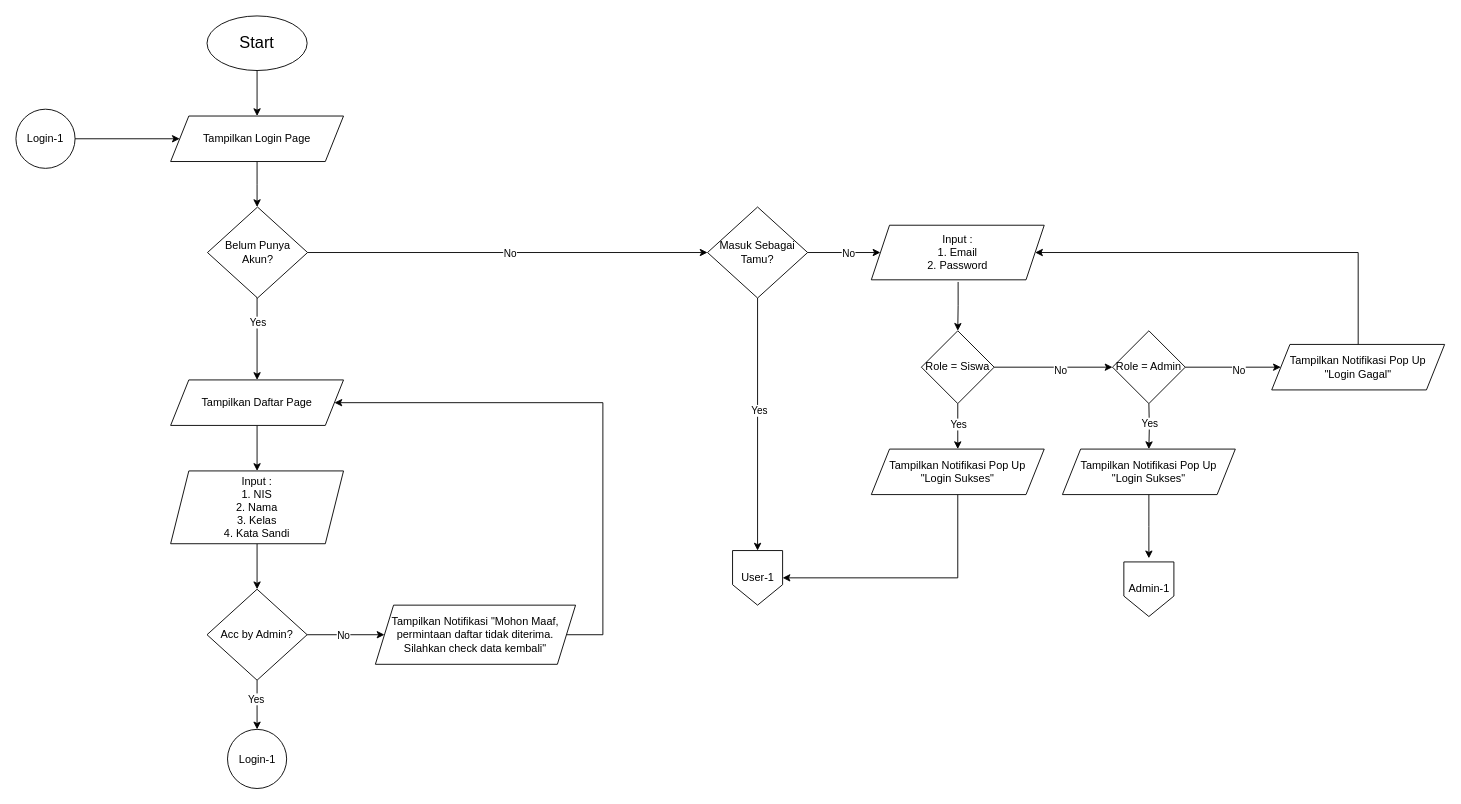
Earlier version of the draw.io diagram page "Login" (1 of 3) of Flowchart/Flowchart_AstroLitera Digital_Revisi [5].drawio (RIzToYuu-Team/AstroLitera-Digital-Library-main). Source tidied: cells renumbered, new cells numbered last; positions are measured from the earlier drawing's top-left corner, leaving out a move shared by most shapes. Both pictures are drawn from the tidied source at 91%, with x=0, y=0 at pixel (15, 15).
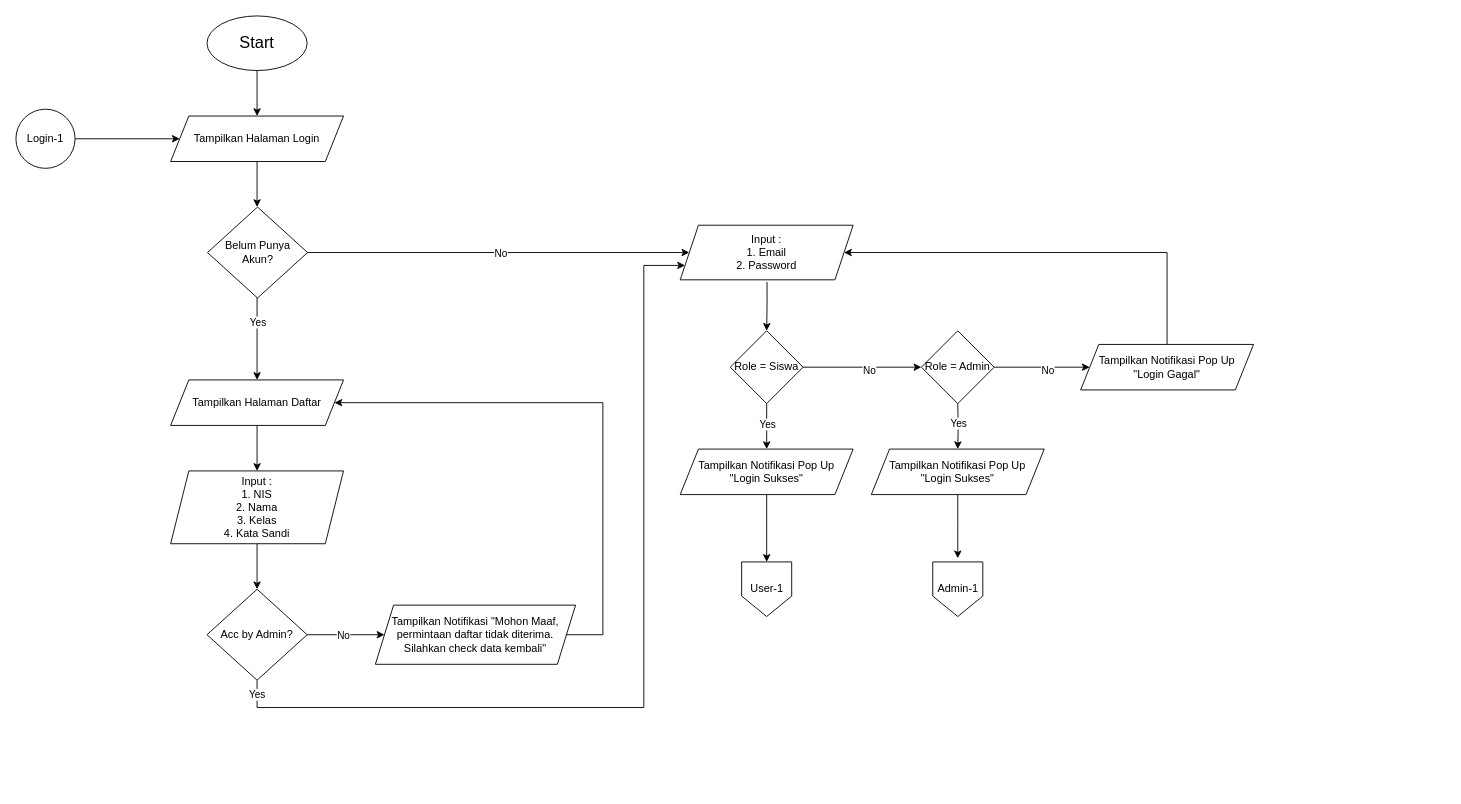
The same diagram, later.

The change refers to these unchanged cells:
```xml
<mxCell id="27" value="Acc by Admin?" style="rhombus;whiteSpace=wrap;html=1;" parent="1" vertex="1">
  <mxGeometry x="210" y="630" width="110" height="100" as="geometry" />
</mxCell>
<mxCell id="39" value="Belum Punya Akun?" style="rhombus;whiteSpace=wrap;html=1;" parent="1" vertex="1">
  <mxGeometry x="210.5" y="210" width="110" height="100" as="geometry" />
</mxCell>
```

Diff of the diagram source:
```diff
@@
-    <mxCell id="5" value="Tampilkan Login Page" style="shape=parallelogram;perimeter=parallelogramPerimeter;whiteSpace=wrap;html=1;fixedSize=1;" parent="1" vertex="1">
+    <mxCell id="5" value="Tampilkan Halaman Login" style="shape=parallelogram;perimeter=parallelogramPerimeter;whiteSpace=wrap;html=1;fixedSize=1;" parent="1" vertex="1">
       <mxGeometry x="170" y="110" width="190" height="50" as="geometry" />
     </mxCell>
@@
     <mxCell id="11" value="Role = Siswa" style="rhombus;whiteSpace=wrap;html=1;" parent="1" vertex="1">
-      <mxGeometry x="995" y="346" width="80" height="80" as="geometry" />
+      <mxGeometry x="785" y="346" width="80" height="80" as="geometry" />
     </mxCell>
     <mxCell id="12" style="edgeStyle=orthogonalEdgeStyle;rounded=0;jettySize=auto;html=1;exitX=0.5;exitY=0;exitDx=0;exitDy=0;entryX=1;entryY=0.5;entryDx=0;entryDy=0;" parent="1" edge="1" source="13" target="16">
       <mxGeometry relative="1" as="geometry">
         <Array as="points">
-          <mxPoint x="1475" y="260" />
+          <mxPoint x="1265" y="260" />
         </Array>
       </mxGeometry>
     </mxCell>
     <mxCell id="13" value="Tampilkan Notifikasi Pop Up&lt;div&gt;&lt;span style=&quot;background-color: transparent; color: light-dark(rgb(0, 0, 0), rgb(255, 255, 255));&quot;&gt;&quot;Login Gagal&quot;&lt;/span&gt;&lt;/div&gt;" style="shape=parallelogram;perimeter=parallelogramPerimeter;whiteSpace=wrap;html=1;fixedSize=1;" parent="1" vertex="1">
-      <mxGeometry x="1380" y="361" width="190" height="50" as="geometry" />
+      <mxGeometry x="1170" y="361" width="190" height="50" as="geometry" />
     </mxCell>
-    <mxCell id="14" style="edgeStyle=orthogonalEdgeStyle;rounded=0;jettySize=auto;html=1;exitX=0.5;exitY=1;exitDx=0;exitDy=0;entryX=1;entryY=0.5;entryDx=0;entryDy=0;" parent="1" edge="1" source="15" target="37">
+    <mxCell id="14" style="edgeStyle=orthogonalEdgeStyle;rounded=0;jettySize=auto;html=1;exitX=0.5;exitY=1;exitDx=0;exitDy=0;entryX=0.5;entryY=0;entryDx=0;entryDy=0;" parent="1" edge="1" source="15" target="37">
       <mxGeometry relative="1" as="geometry" />
     </mxCell>
     <mxCell id="15" value="Tampilkan Notifikasi Pop Up&lt;div&gt;&lt;span style=&quot;background-color: transparent; color: light-dark(rgb(0, 0, 0), rgb(255, 255, 255));&quot;&gt;&quot;Login Sukses&lt;/span&gt;&lt;span style=&quot;background-color: transparent; color: light-dark(rgb(0, 0, 0), rgb(255, 255, 255));&quot;&gt;&quot;&lt;/span&gt;&lt;/div&gt;" style="shape=parallelogram;perimeter=parallelogramPerimeter;whiteSpace=wrap;html=1;fixedSize=1;" parent="1" vertex="1">
-      <mxGeometry x="940" y="476" width="190" height="50" as="geometry" />
+      <mxGeometry x="730" y="476" width="190" height="50" as="geometry" />
     </mxCell>
     <mxCell id="16" value="Input :&lt;div&gt;1. Email&lt;/div&gt;&lt;div&gt;2. Password&lt;/div&gt;" style="shape=parallelogram;perimeter=parallelogramPerimeter;whiteSpace=wrap;html=1;fixedSize=1;" parent="1" vertex="1">
-      <mxGeometry x="940" y="230" width="190" height="60" as="geometry" />
+      <mxGeometry x="730" y="230" width="190" height="60" as="geometry" />
     </mxCell>
@@
-    <mxCell id="20" value="Tampilkan Daftar Page" style="shape=parallelogram;perimeter=parallelogramPerimeter;whiteSpace=wrap;html=1;fixedSize=1;" parent="1" vertex="1">
+    <mxCell id="20" value="Tampilkan Halaman Daftar" style="shape=parallelogram;perimeter=parallelogramPerimeter;whiteSpace=wrap;html=1;fixedSize=1;" parent="1" vertex="1">
       <mxGeometry x="170" y="400" width="190" height="50" as="geometry" />
     </mxCell>
@@
-    <mxCell id="23" style="edgeStyle=orthogonalEdgeStyle;rounded=0;jettySize=auto;html=1;exitX=0.5;exitY=1;exitDx=0;exitDy=0;entryX=0.5;entryY=0;entryDx=0;entryDy=0;" parent="1" edge="1" source="27" target="47">
-      <mxGeometry relative="1" as="geometry" />
+    <mxCell id="23" style="edgeStyle=orthogonalEdgeStyle;rounded=0;jettySize=auto;html=1;exitX=0.5;exitY=1;exitDx=0;exitDy=0;entryX=0;entryY=0.75;entryDx=0;entryDy=0;" parent="1" edge="1" source="27" target="16">
+      <mxGeometry relative="1" as="geometry">
+        <Array as="points">
+          <mxPoint x="265" y="760" />
+          <mxPoint x="690" y="760" />
+          <mxPoint x="690" y="274" />
+        </Array>
+      </mxGeometry>
     </mxCell>
-    <mxCell id="24" value="Yes" style="edgeLabel;html=1;align=center;verticalAlign=middle;" parent="23" vertex="1">
-      <mxGeometry x="-0.27" y="-2" relative="1" as="geometry" />
-    </mxCell>
+    <mxCell id="50" value="Yes" style="edgeLabel;html=1;align=center;verticalAlign=middle;" parent="23" vertex="1">
+      <mxGeometry x="-0.97" y="-1" relative="1" as="geometry" />
+    </mxCell>
@@
     <mxCell id="30" value="Role = Admin" style="rhombus;whiteSpace=wrap;html=1;" parent="1" vertex="1">
-      <mxGeometry x="1205" y="346" width="80" height="80" as="geometry" />
+      <mxGeometry x="995" y="346" width="80" height="80" as="geometry" />
     </mxCell>
@@
     <mxCell id="33" style="edgeStyle=orthogonalEdgeStyle;rounded=0;jettySize=auto;html=1;exitX=0.5;exitY=1;exitDx=0;exitDy=0;entryX=0.5;entryY=0;entryDx=0;entryDy=0;" parent="1" edge="1" target="36">
       <mxGeometry relative="1" as="geometry">
-        <mxPoint x="1245" y="426" as="sourcePoint" />
+        <mxPoint x="1035" y="426" as="sourcePoint" />
       </mxGeometry>
     </mxCell>
@@
     <mxCell id="35" style="edgeStyle=orthogonalEdgeStyle;rounded=0;jettySize=auto;html=1;exitX=0.5;exitY=1;exitDx=0;exitDy=0;entryX=0.5;entryY=0;entryDx=0;entryDy=0;" parent="1" edge="1" source="36">
       <mxGeometry relative="1" as="geometry">
-        <mxPoint x="1245" y="596" as="targetPoint" />
+        <mxPoint x="1035" y="596" as="targetPoint" />
       </mxGeometry>
     </mxCell>
     <mxCell id="36" value="Tampilkan Notifikasi Pop Up&lt;div&gt;&lt;span style=&quot;background-color: transparent; color: light-dark(rgb(0, 0, 0), rgb(255, 255, 255));&quot;&gt;&quot;Login Sukses&lt;/span&gt;&lt;span style=&quot;background-color: transparent; color: light-dark(rgb(0, 0, 0), rgb(255, 255, 255));&quot;&gt;&quot;&lt;/span&gt;&lt;/div&gt;" style="shape=parallelogram;perimeter=parallelogramPerimeter;whiteSpace=wrap;html=1;fixedSize=1;" parent="1" vertex="1">
-      <mxGeometry x="1150" y="476" width="190" height="50" as="geometry" />
+      <mxGeometry x="940" y="476" width="190" height="50" as="geometry" />
     </mxCell>
     <mxCell id="37" value="User-1" style="shape=offPageConnector;whiteSpace=wrap;html=1;" parent="1" vertex="1">
-      <mxGeometry x="787.5" y="587.5" width="55" height="60" as="geometry" />
+      <mxGeometry x="797.5" y="600" width="55" height="60" as="geometry" />
     </mxCell>
     <mxCell id="38" value="Admin-1" style="shape=offPageConnector;whiteSpace=wrap;html=1;" parent="1" vertex="1">
-      <mxGeometry x="1217.5" y="600" width="55" height="60" as="geometry" />
+      <mxGeometry x="1007.5" y="600" width="55" height="60" as="geometry" />
     </mxCell>
@@
-    <mxCell id="40" style="edgeStyle=orthogonalEdgeStyle;rounded=0;jettySize=auto;html=1;exitX=0.5;exitY=1;exitDx=0;exitDy=0;entryX=0.5;entryY=0;entryDx=0;entryDy=0;" parent="1" edge="1" source="42" target="37">
-      <mxGeometry relative="1" as="geometry" />
-    </mxCell>
-    <mxCell id="41" value="Yes" style="edgeLabel;html=1;align=center;verticalAlign=middle;" parent="40" vertex="1">
-      <mxGeometry x="-0.14" y="1" relative="1" as="geometry">
-        <mxPoint y="4" as="offset" />
-      </mxGeometry>
-    </mxCell>
-    <mxCell id="42" value="Masuk Sebagai Tamu?" style="rhombus;whiteSpace=wrap;html=1;" parent="1" vertex="1">
-      <mxGeometry x="760" y="210" width="110" height="100" as="geometry" />
-    </mxCell>
-    <mxCell id="43" style="edgeStyle=orthogonalEdgeStyle;rounded=0;jettySize=auto;html=1;exitX=1;exitY=0.5;exitDx=0;exitDy=0;entryX=0;entryY=0.5;entryDx=0;entryDy=0;" parent="1" edge="1" source="39" target="42">
+    <mxCell id="43" style="edgeStyle=orthogonalEdgeStyle;rounded=0;jettySize=auto;html=1;exitX=1;exitY=0.5;exitDx=0;exitDy=0;entryX=0;entryY=0.5;entryDx=0;entryDy=0;" parent="1" edge="1" source="39" target="16">
       <mxGeometry relative="1" as="geometry" />
     </mxCell>
@@
-    <mxCell id="47" value="Login-1" style="ellipse;whiteSpace=wrap;html=1;" parent="1" vertex="1">
-      <mxGeometry x="232.5" y="784" width="65" height="65" as="geometry" />
-    </mxCell>
-    <mxCell id="48" style="edgeStyle=orthogonalEdgeStyle;rounded=0;jettySize=auto;html=1;exitX=1;exitY=0.5;exitDx=0;exitDy=0;entryX=0;entryY=0.5;entryDx=0;entryDy=0;" parent="1" edge="1" source="42" target="16">
-      <mxGeometry relative="1" as="geometry" />
-    </mxCell>
-    <mxCell id="49" value="No" style="edgeLabel;html=1;align=center;verticalAlign=middle;" parent="48" vertex="1">
-      <mxGeometry x="-0.01" y="-2" relative="1" as="geometry">
-        <mxPoint x="4" y="-2" as="offset" />
-      </mxGeometry>
-    </mxCell>
```
